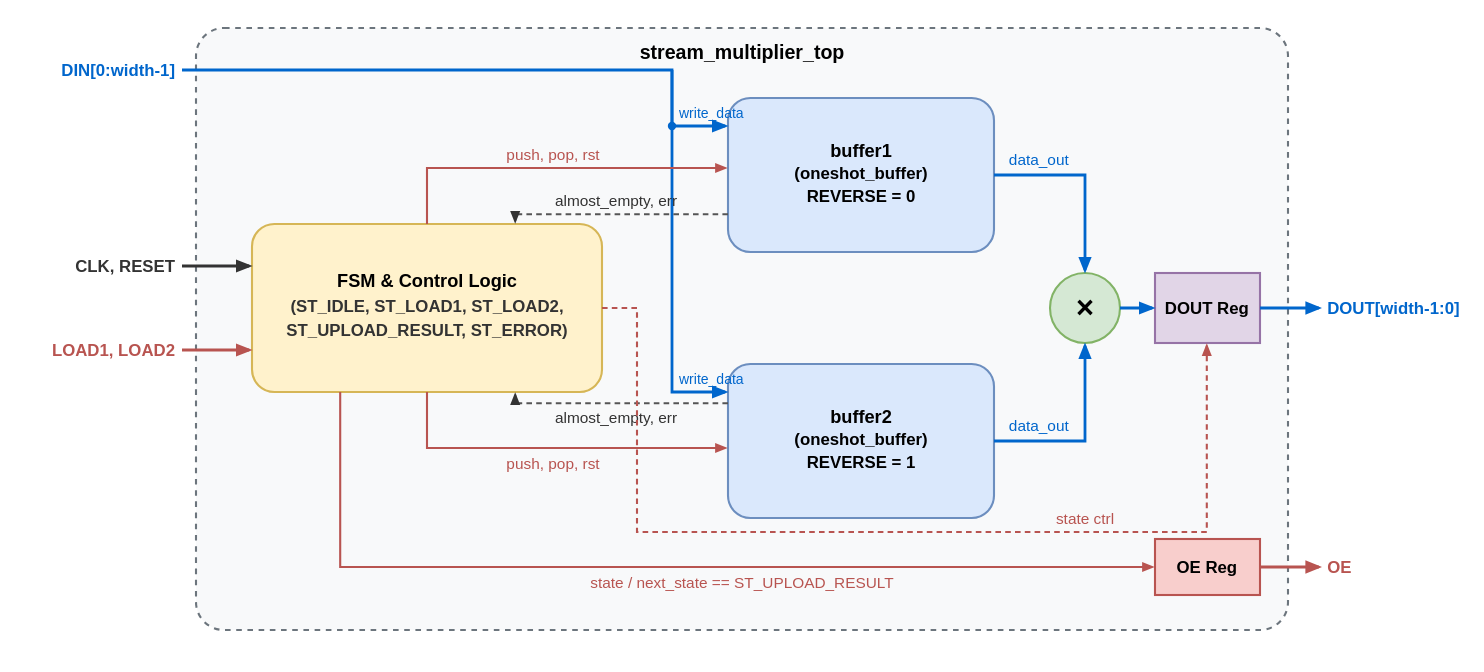
Above: resources/architecture.drawio.svg in SergeRuff/stream_multiplier (draw.io), before the change. Source tidied: cells renumbered, new cells last; positions are measured from the earlier drawing's top-left corner, leaving out a move shared by most shapes.
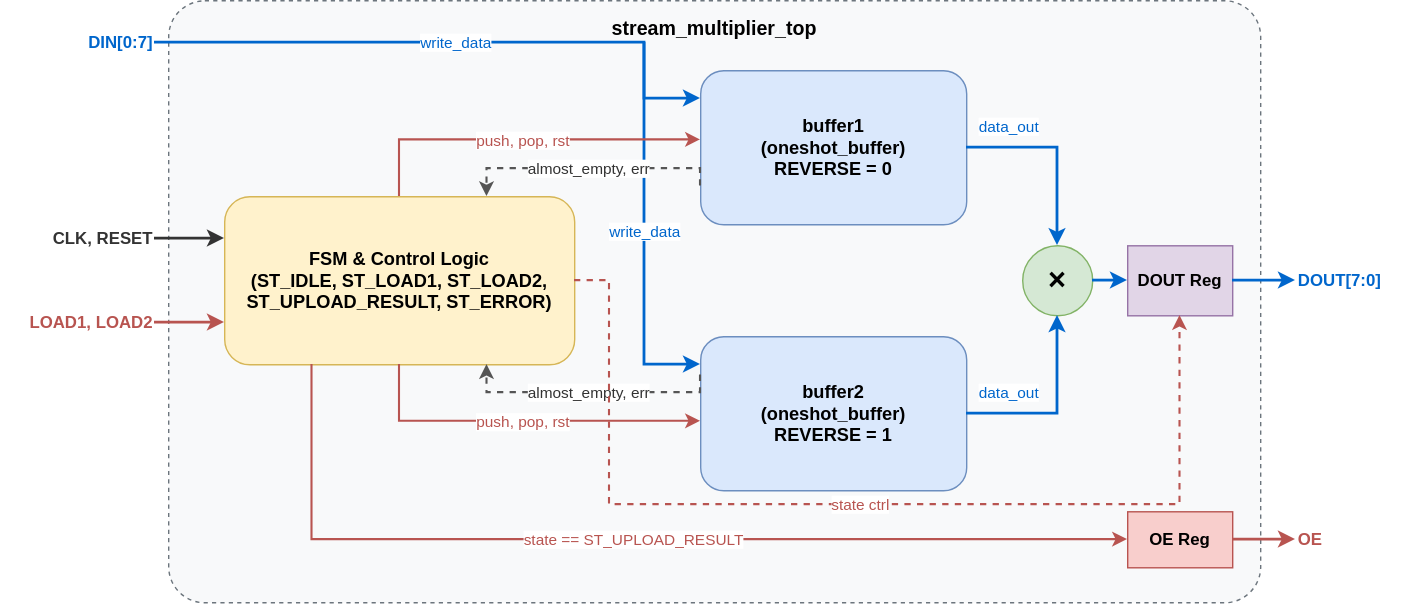
The same diagram one commit later.

What changed in the source:
```diff
@@ -23,8 +23,8 @@
     <mxCell id="8" value="OE Reg" style="rounded=0;whiteSpace=wrap;html=1;fillColor=#f8cecc;strokeColor=#b85450;fontStyle=1;fontSize=12;" parent="1" vertex="1">
       <mxGeometry x="805" y="365" width="75" height="40" as="geometry" />
     </mxCell>
-    <mxCell id="9" value="DIN[0:width-1]" style="text;html=1;align=right;verticalAlign=middle;strokeColor=none;fillColor=none;fontStyle=1;fontColor=#0066CC;fontSize=12;" parent="1" vertex="1">
-      <mxGeometry y="15" width="110" height="30" as="geometry" />
+    <mxCell id="9" value="DIN[0:7]" style="text;html=1;align=right;verticalAlign=middle;strokeColor=none;fillColor=none;fontStyle=1;fontColor=#0066CC;fontSize=12;" parent="1" vertex="1">
+      <mxGeometry x="40" y="15" width="70" height="30" as="geometry" />
     </mxCell>
     <mxCell id="10" value="CLK, RESET" style="text;html=1;align=right;verticalAlign=middle;strokeColor=none;fillColor=none;fontStyle=1;fontColor=#333333;fontSize=12;" parent="1" vertex="1">
       <mxGeometry x="10" y="155" width="100" height="30" as="geometry" />
@@ -32,8 +32,8 @@
     <mxCell id="11" value="LOAD1, LOAD2" style="text;html=1;align=right;verticalAlign=middle;strokeColor=none;fillColor=none;fontStyle=1;fontColor=#b85450;fontSize=12;" parent="1" vertex="1">
       <mxGeometry y="215" width="110" height="30" as="geometry" />
     </mxCell>
-    <mxCell id="12" value="DOUT[width-1:0]" style="text;html=1;align=left;verticalAlign=middle;strokeColor=none;fillColor=none;fontStyle=1;fontColor=#0066CC;fontSize=12;" parent="1" vertex="1">
-      <mxGeometry x="925" y="185" width="115" height="30" as="geometry" />
+    <mxCell id="12" value="DOUT[7:0]" style="text;html=1;align=left;verticalAlign=middle;strokeColor=none;fillColor=none;fontStyle=1;fontColor=#0066CC;fontSize=12;" parent="1" vertex="1">
+      <mxGeometry x="925" y="185" width="80" height="30" as="geometry" />
     </mxCell>
     <mxCell id="13" value="OE" style="text;html=1;align=left;verticalAlign=middle;strokeColor=none;fillColor=none;fontStyle=1;fontColor=#b85450;fontSize=12;" parent="1" vertex="1">
       <mxGeometry x="925" y="370" width="40" height="30" as="geometry" />
@@ -58,10 +58,10 @@
       </mxGeometry>
     </mxCell>
     <mxCell id="16" value="data_out" style="edgeStyle=orthogonalEdgeStyle;rounded=0;jettySize=auto;html=1;exitX=1;exitY=0.5;entryX=0.5;entryY=0;strokeColor=#0066CC;strokeWidth=2;fontColor=#0066CC;fontSize=11;" parent="1" edge="1" source="4" target="6">
-      <mxGeometry relative="1" as="geometry" />
+      <mxGeometry x="-0.56" y="15" relative="1" as="geometry" />
     </mxCell>
     <mxCell id="17" value="data_out" style="edgeStyle=orthogonalEdgeStyle;rounded=0;jettySize=auto;html=1;exitX=1;exitY=0.5;entryX=0.5;entryY=1;strokeColor=#0066CC;strokeWidth=2;fontColor=#0066CC;fontSize=11;" parent="1" edge="1" source="5" target="6">
-      <mxGeometry relative="1" as="geometry" />
+      <mxGeometry x="-0.56" y="15" relative="1" as="geometry" />
     </mxCell>
     <mxCell id="18" style="edgeStyle=orthogonalEdgeStyle;rounded=0;jettySize=auto;html=1;exitX=1;exitY=0.5;entryX=0;entryY=0.5;strokeColor=#0066CC;strokeWidth=2;" parent="1" edge="1" source="6" target="7">
       <mxGeometry relative="1" as="geometry" />
@@ -91,7 +91,8 @@
     <mxCell id="23" value="almost_empty, err" style="edgeStyle=orthogonalEdgeStyle;rounded=0;jettySize=auto;html=1;exitX=0;exitY=0.75;entryX=0.75;entryY=0;strokeColor=#555555;strokeWidth=1.5;dashed=1;fontColor=#333333;fontSize=11;" parent="1" edge="1" source="4" target="3">
       <mxGeometry relative="1" as="geometry">
         <Array as="points">
-          <mxPoint x="348" y="133" />
+          <mxPoint x="500" y="120" />
+          <mxPoint x="347.5" y="120" />
         </Array>
       </mxGeometry>
     </mxCell>
@@ -105,7 +106,8 @@
     <mxCell id="25" value="almost_empty, err" style="edgeStyle=orthogonalEdgeStyle;rounded=0;jettySize=auto;html=1;exitX=0;exitY=0.25;entryX=0.75;entryY=1;strokeColor=#555555;strokeWidth=1.5;dashed=1;fontColor=#333333;fontSize=11;" parent="1" edge="1" source="5" target="3">
       <mxGeometry relative="1" as="geometry">
         <Array as="points">
-          <mxPoint x="348" y="268" />
+          <mxPoint x="500" y="280" />
+          <mxPoint x="347.5" y="280" />
         </Array>
       </mxGeometry>
     </mxCell>
@@ -120,8 +122,8 @@
       <mxGeometry relative="1" as="geometry">
         <Array as="points">
           <mxPoint x="435" y="200" />
-          <mxPoint x="435" y="370" />
-          <mxPoint x="843" y="370" />
+          <mxPoint x="435" y="360" />
+          <mxPoint x="842.5" y="360" />
         </Array>
       </mxGeometry>
     </mxCell>
```
